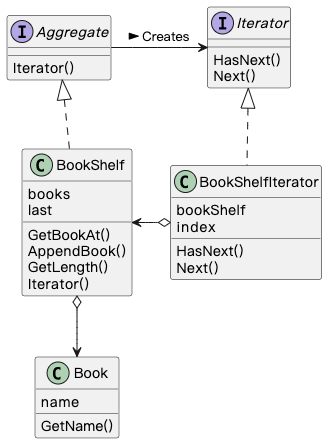
Earlier version of the PlantUML export 01_iterator/iterator.png (A11Might/golang-design-pattern). Its source is kept beside it as 01_iterator/iterator.puml.
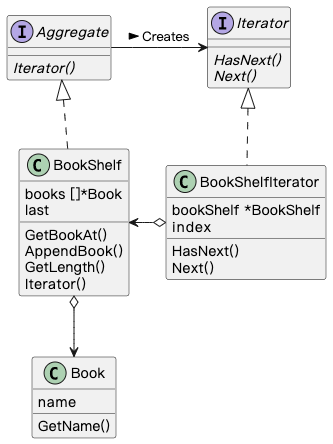
Above is the later version.

Commit message:
prefect iterator, adapter and template method pattern

Diff of the diagram source:
```diff
@@ -1,18 +1,18 @@
 @startuml
 
 interface Aggregate {
-    Iterator()
+    {abstract}Iterator()
 }
 interface Iterator {
-    HasNext()
-    Next()
+    {abstract}HasNext()
+    {abstract}Next()
 }
 class Book {
     name
     GetName()
 }
 class BookShelf {
-    books
+    books []*Book
     last
     GetBookAt()
     AppendBook()
@@ -20,7 +20,7 @@
     Iterator()
 }
 class BookShelfIterator {
-    bookShelf
+    bookShelf *BookShelf
     index
     HasNext()
     Next()
```
